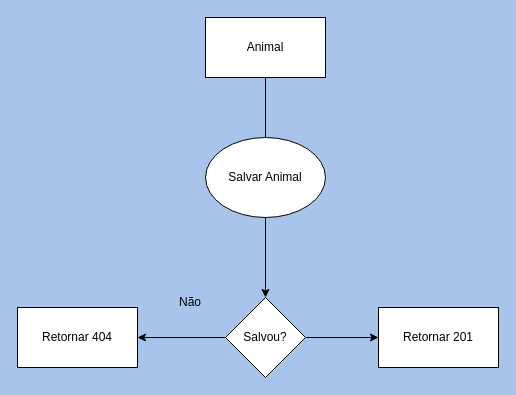
Before: CenarioSalvarAnimal - AppCrudAnimais.drawio in trsthales/Draw.io, a draw.io diagram. Source tidied: cells renumbered, new cells numbered last; positions are measured from the earlier drawing's top-left corner, leaving out a move shared by most shapes. Both pictures are drawn from the tidied source at 100%, with x=0, y=0 at pixel (17, 17).
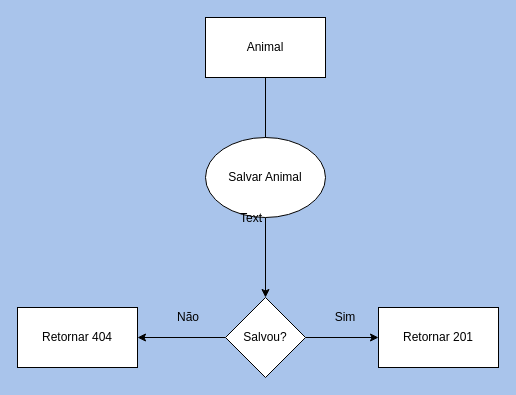
After the change.

The edit, as a diff of the source:
```diff
@@
 <mxGraphModel background="#A9C4EB">
   <root>
     <mxCell id="0" />
     <mxCell id="1" parent="0" />
     <mxCell id="2" style="edgeStyle=orthogonalEdgeStyle;rounded=0;jettySize=auto;html=1;" parent="1" edge="1" source="3" target="8">
       <mxGeometry relative="1" as="geometry" />
     </mxCell>
     <mxCell id="3" value="Salvar Animal" style="ellipse;whiteSpace=wrap;html=1;" parent="1" vertex="1">
       <mxGeometry x="188" y="120" width="120" height="80" as="geometry" />
     </mxCell>
     <mxCell id="4" style="edgeStyle=orthogonalEdgeStyle;rounded=0;jettySize=auto;html=1;endArrow=none;endFill=0;" parent="1" edge="1" source="5" target="3">
       <mxGeometry relative="1" as="geometry" />
     </mxCell>
     <mxCell id="5" value="Animal" style="rounded=0;whiteSpace=wrap;html=1;" parent="1" vertex="1">
       <mxGeometry x="188" width="120" height="60" as="geometry" />
     </mxCell>
     <mxCell id="6" style="edgeStyle=orthogonalEdgeStyle;rounded=0;jettySize=auto;html=1;" parent="1" edge="1" source="8" target="9">
       <mxGeometry relative="1" as="geometry" />
     </mxCell>
     <mxCell id="7" style="edgeStyle=orthogonalEdgeStyle;rounded=0;jettySize=auto;html=1;" parent="1" edge="1" source="8" target="11">
       <mxGeometry relative="1" as="geometry" />
     </mxCell>
     <mxCell id="8" value="Salvou?" style="rhombus;whiteSpace=wrap;html=1;" parent="1" vertex="1">
       <mxGeometry x="208" y="280" width="80" height="80" as="geometry" />
     </mxCell>
     <mxCell id="9" value="Retornar 404" style="whiteSpace=wrap;html=1;" parent="1" vertex="1">
       <mxGeometry y="290" width="120" height="60" as="geometry" />
     </mxCell>
     <mxCell id="10" value="Não" style="text;html=1;strokeColor=none;fillColor=none;align=center;verticalAlign=middle;whiteSpace=wrap;overflow=hidden;" parent="1" vertex="1">
-      <mxGeometry x="133" y="275" width="80" height="20" as="geometry" />
+      <mxGeometry x="131" y="290" width="80" height="20" as="geometry" />
     </mxCell>
     <mxCell id="11" value="Retornar 201" style="whiteSpace=wrap;html=1;" parent="1" vertex="1">
       <mxGeometry x="361" y="290" width="120" height="60" as="geometry" />
     </mxCell>
+    <mxCell id="12" value="Text" style="text;html=1;align=center;verticalAlign=middle;whiteSpace=wrap;rounded=0;" parent="1" vertex="1">
+      <mxGeometry x="204" y="186" width="60" height="30" as="geometry" />
+    </mxCell>
+    <mxCell id="13" value="Sim" style="text;html=1;align=center;verticalAlign=middle;whiteSpace=wrap;rounded=0;" parent="1" vertex="1">
+      <mxGeometry x="298" y="285" width="60" height="30" as="geometry" />
+    </mxCell>
   </root>
 </mxGraphModel>
```
